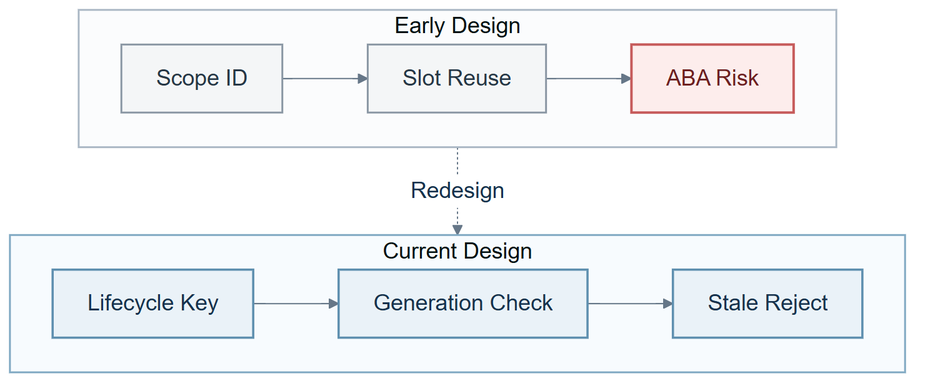
Earlier version of the Mermaid export docs/figures/architecture/implementation_identity_generation.png (yushugulao/Agent-OS). Its source is kept beside it as docs/figures/architecture/implementation_identity_generation.mmd.
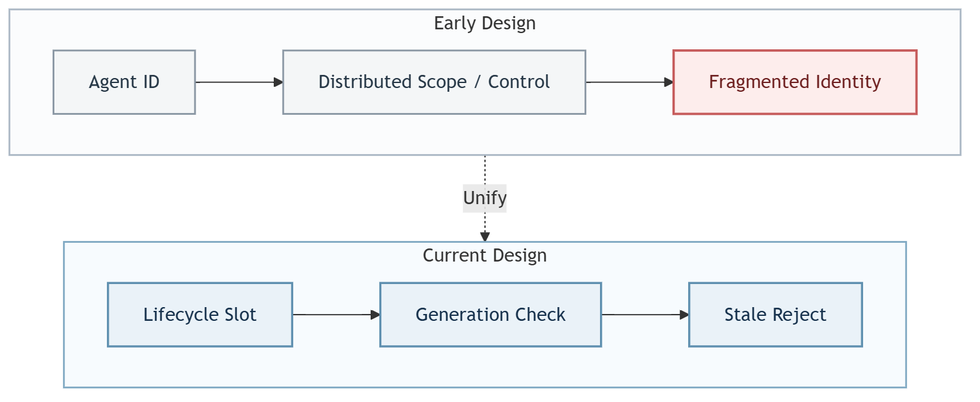
After the commit.

What changed in the source:
```diff
@@ -1,15 +1,15 @@
 flowchart TB
   subgraph early["Early Design"]
     direction LR
-    e1["Scope ID"] --> e2["Slot Reuse"] --> e3["ABA Risk"]
+    e1["Agent ID"] --> e2["Distributed Scope / Control"] --> e3["Fragmented Identity"]
   end
 
   subgraph current["Current Design"]
     direction LR
-    c1["Lifecycle Key"] --> c2["Generation Check"] --> c3["Stale Reject"]
+    c1["Lifecycle Slot"] --> c2["Generation Check"] --> c3["Stale Reject"]
   end
 
-  e3 -. "Redesign" .-> c1
+  e3 -. "Unify" .-> c1
 
   classDef earlyStep fill:#F4F6F7,stroke:#8996A3,color:#263746,stroke-width:1.5px;
   classDef risk fill:#FDEDEC,stroke:#C65B5B,color:#6E2020,stroke-width:2px;
```
